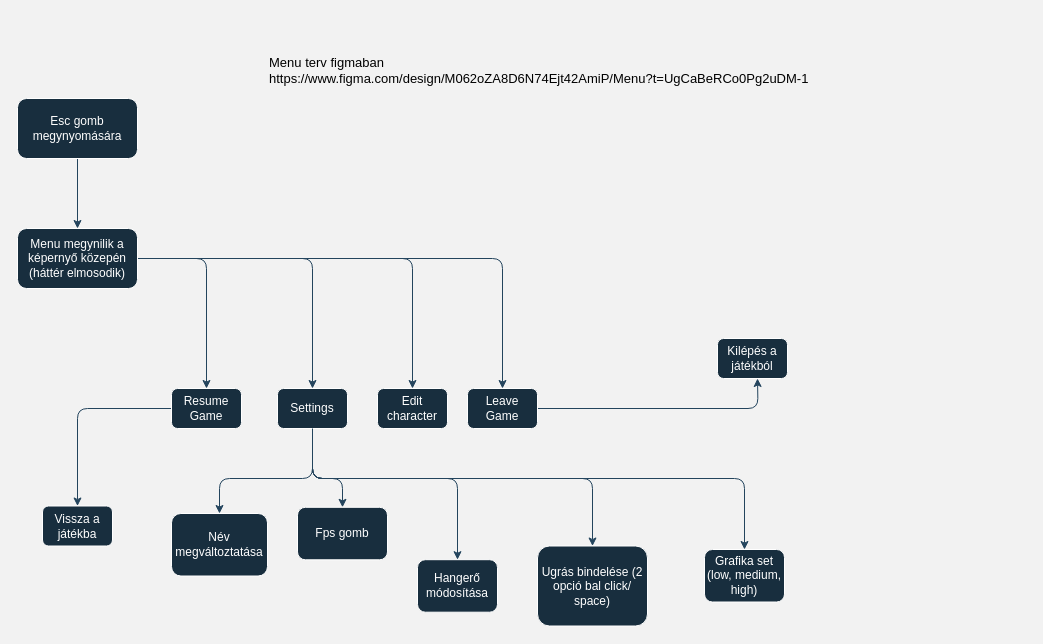
Before: tervezés/Menu.drawio in lipotjozsef/webprojekt, a draw.io diagram. Source tidied: cells renumbered, new cells numbered last; positions are measured from the earlier drawing's top-left corner, leaving out a move shared by most shapes. Both pictures are drawn from the tidied source at 100%, with x=0, y=0 at pixel (17, 48).
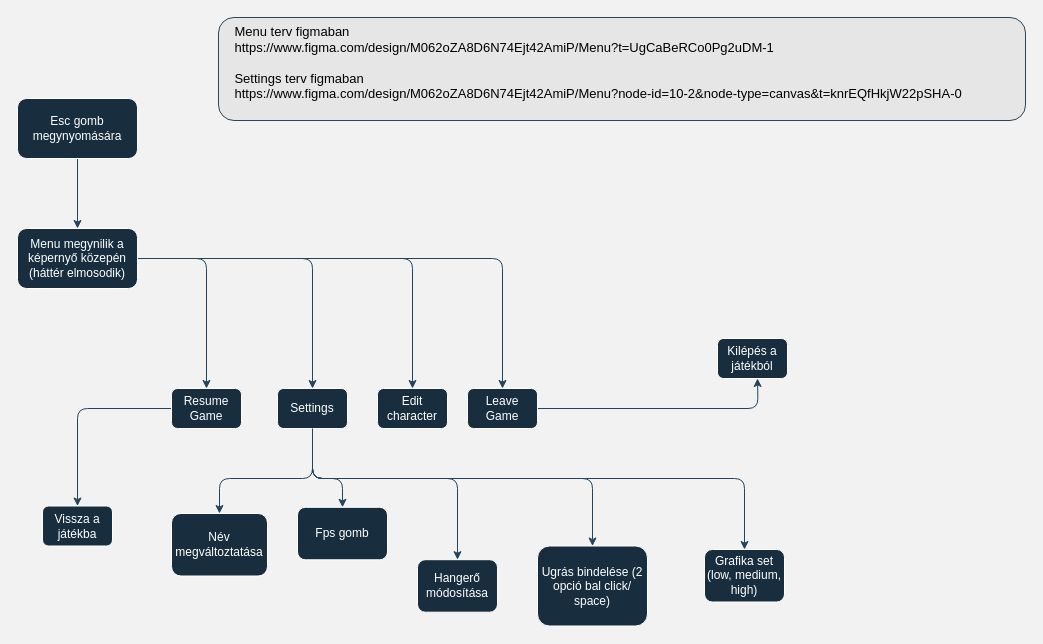
After the change.

The edit, as a diff of the source:
```diff
@@
-    <mxCell id="25" value="Menu terv figmaban&#10;https://www.figma.com/design/M062oZA8D6N74Ejt42AmiP/Menu?t=UgCaBeRCo0Pg2uDM-1" style="text;whiteSpace=wrap;fontSize=13;labelBackgroundColor=none;fontColor=#000000;rounded=1;" parent="1" vertex="1">
-      <mxGeometry x="250" width="680" height="90" as="geometry" />
+    <mxCell id="25" value="    Menu terv figmaban&#10;    https://www.figma.com/design/M062oZA8D6N74Ejt42AmiP/Menu?t=UgCaBeRCo0Pg2uDM-1&#10;&#10;    Settings terv figmaban&#10;    https://www.figma.com/design/M062oZA8D6N74Ejt42AmiP/Menu?node-id=10-2&amp;node-type=canvas&amp;t=knrEQfHkjW22pSHA-0" style="text;whiteSpace=wrap;fontSize=13;labelBackgroundColor=none;fontColor=#000000;rounded=1;fillColor=#E6E6E6;strokeColor=#314354;" parent="1" vertex="1">
+      <mxGeometry x="201" y="-31" width="807" height="103" as="geometry" />
     </mxCell>
```
